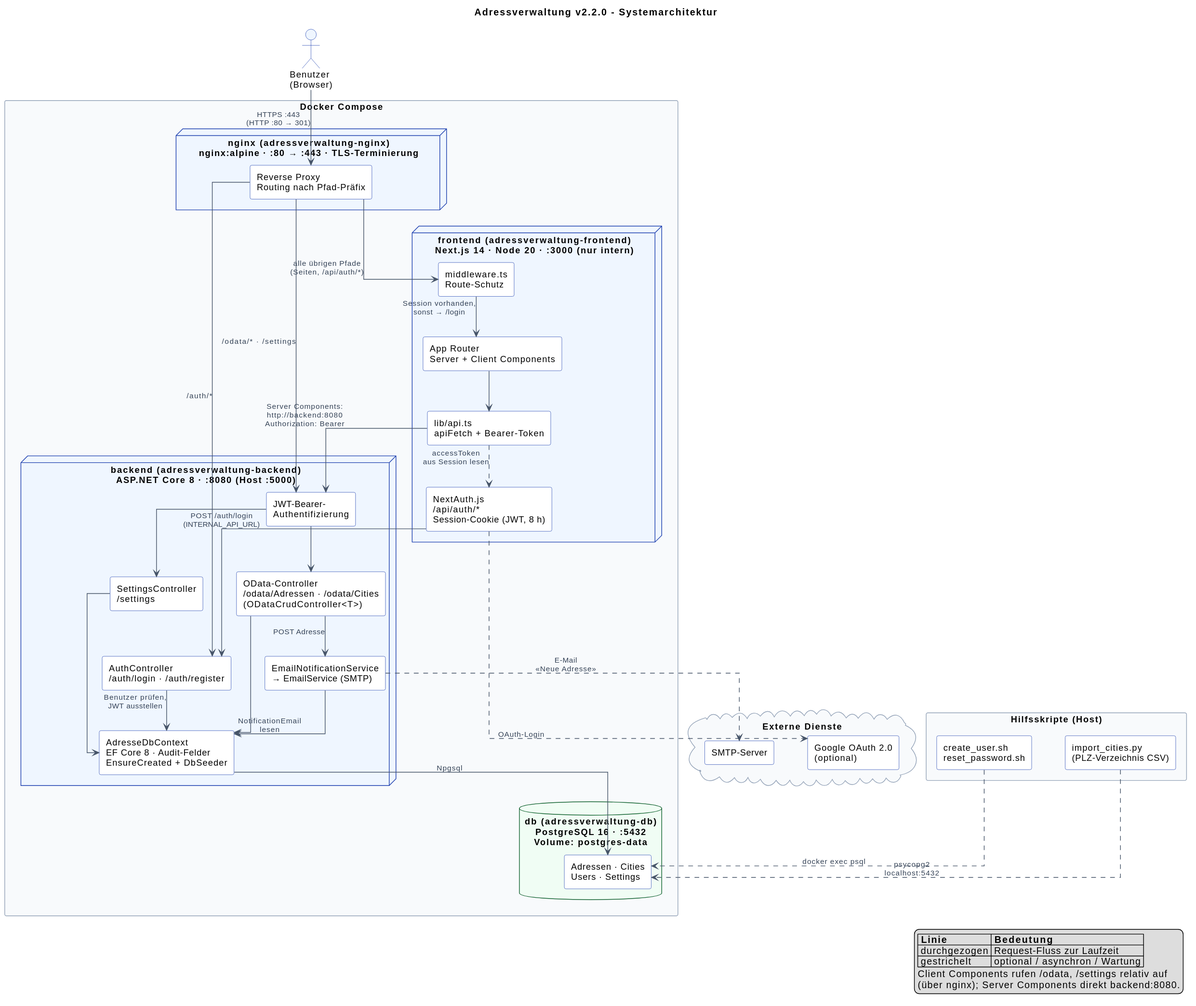
The PlantUML diagram documentation/Systemarchitektur.svg in erich3019/adressverwaltung, before a commit.
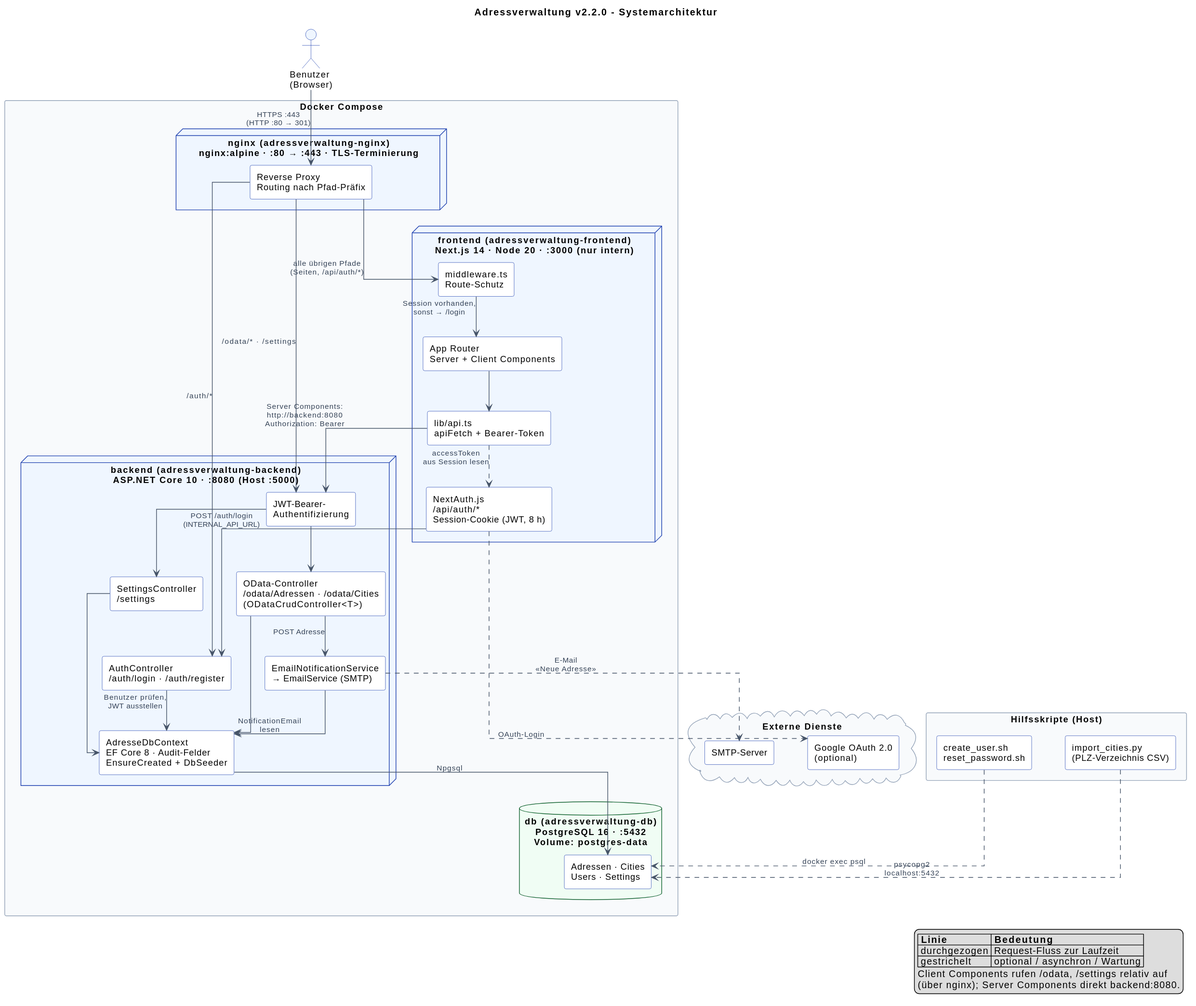
Above is the later version.

Commit message:
chore: Backend auf .NET 10 migrieren

Change to the diagram source:
```diff
@@ -57,7 +57,7 @@
     component "lib/api.ts\napiFetch + Bearer-Token" as api
   }
 
-  node "backend  (adressverwaltung-backend)\nASP.NET Core 8 · :8080 (Host :5000)" as backend {
+  node "backend  (adressverwaltung-backend)\nASP.NET Core 10 · :8080 (Host :5000)" as backend {
     component "JWT-Bearer-\nAuthentifizierung" as jwt
     component "AuthController\n/auth/login · /auth/register" as authc
     component "OData-Controller\n/odata/Adressen · /odata/Cities\n(ODataCrudController<T>)" as odata
```
